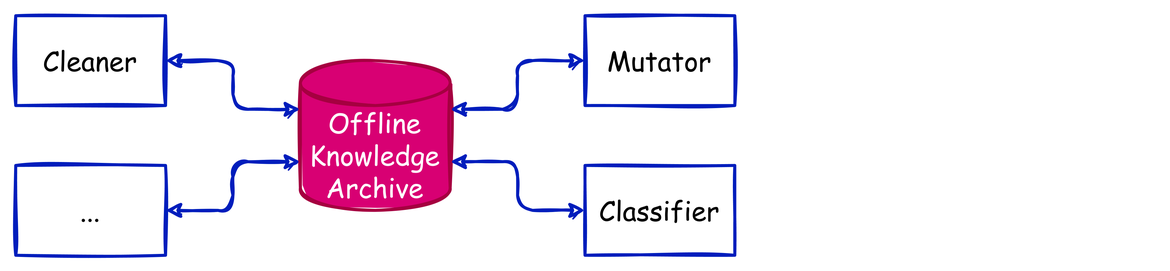
Earlier version of the draw.io export img-readme/detailed-off.png (Y1fanHE/kdps-arm). Source tidied: cells renumbered, new cells last; positions are measured from the earlier drawing's top-left corner, leaving out a move shared by most shapes.
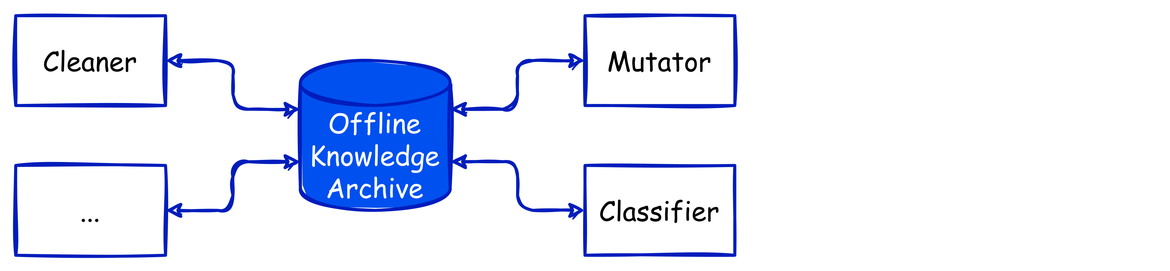
Later version of the same file.

What changed in the source:
```diff
@@ -8,7 +8,7 @@
     <mxCell id="3" style="rounded=0;whiteSpace=wrap;html=1;strokeColor=none;fillColor=none;" parent="2" vertex="1">
       <mxGeometry width="780" height="180" as="geometry" />
     </mxCell>
-    <mxCell id="4" value="&lt;div style=&quot;font-size: 18px&quot;&gt;Offline&lt;/div&gt;&lt;div style=&quot;font-size: 18px&quot;&gt;Knowledge&lt;/div&gt;&lt;div style=&quot;font-size: 18px&quot;&gt;Archive&lt;/div&gt;" style="shape=cylinder3;whiteSpace=wrap;html=1;boundedLbl=1;backgroundOutline=1;size=15;fontFamily=Comic Sans MS;fontSize=18;sketch=1;strokeWidth=2;fillColor=#d80073;fontColor=#ffffff;strokeColor=#A50040;fillStyle=solid;" parent="2" vertex="1">
+    <mxCell id="4" value="&lt;div style=&quot;font-size: 18px&quot;&gt;Offline&lt;/div&gt;&lt;div style=&quot;font-size: 18px&quot;&gt;Knowledge&lt;/div&gt;&lt;div style=&quot;font-size: 18px&quot;&gt;Archive&lt;/div&gt;" style="shape=cylinder3;whiteSpace=wrap;html=1;boundedLbl=1;backgroundOutline=1;size=15;fontFamily=Comic Sans MS;fontSize=18;sketch=1;strokeWidth=2;fillColor=#0050ef;fontColor=#ffffff;strokeColor=#001DBC;fillStyle=solid;" parent="2" vertex="1">
       <mxGeometry x="200" y="40" width="100" height="100" as="geometry" />
     </mxCell>
     <mxCell id="5" value="Mutator" style="rounded=0;whiteSpace=wrap;html=1;fontFamily=Comic Sans MS;fontSize=18;sketch=1;strokeWidth=2;fillColor=none;fontColor=default;strokeColor=#001DBC;" parent="2" vertex="1">
```
